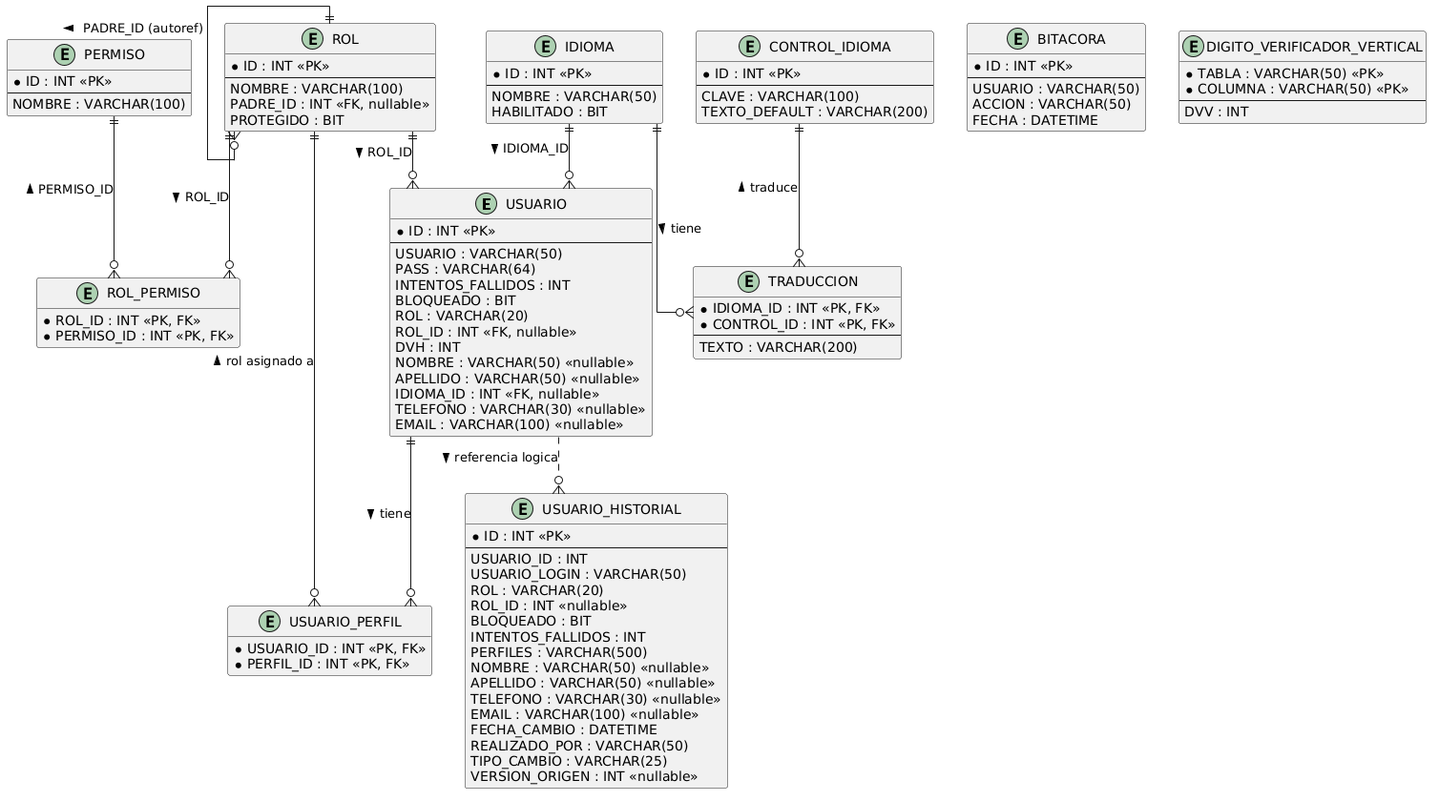
Earlier version of the PlantUML export DIAGRAMAS/DER.png (Urrels/ingenieria_software).
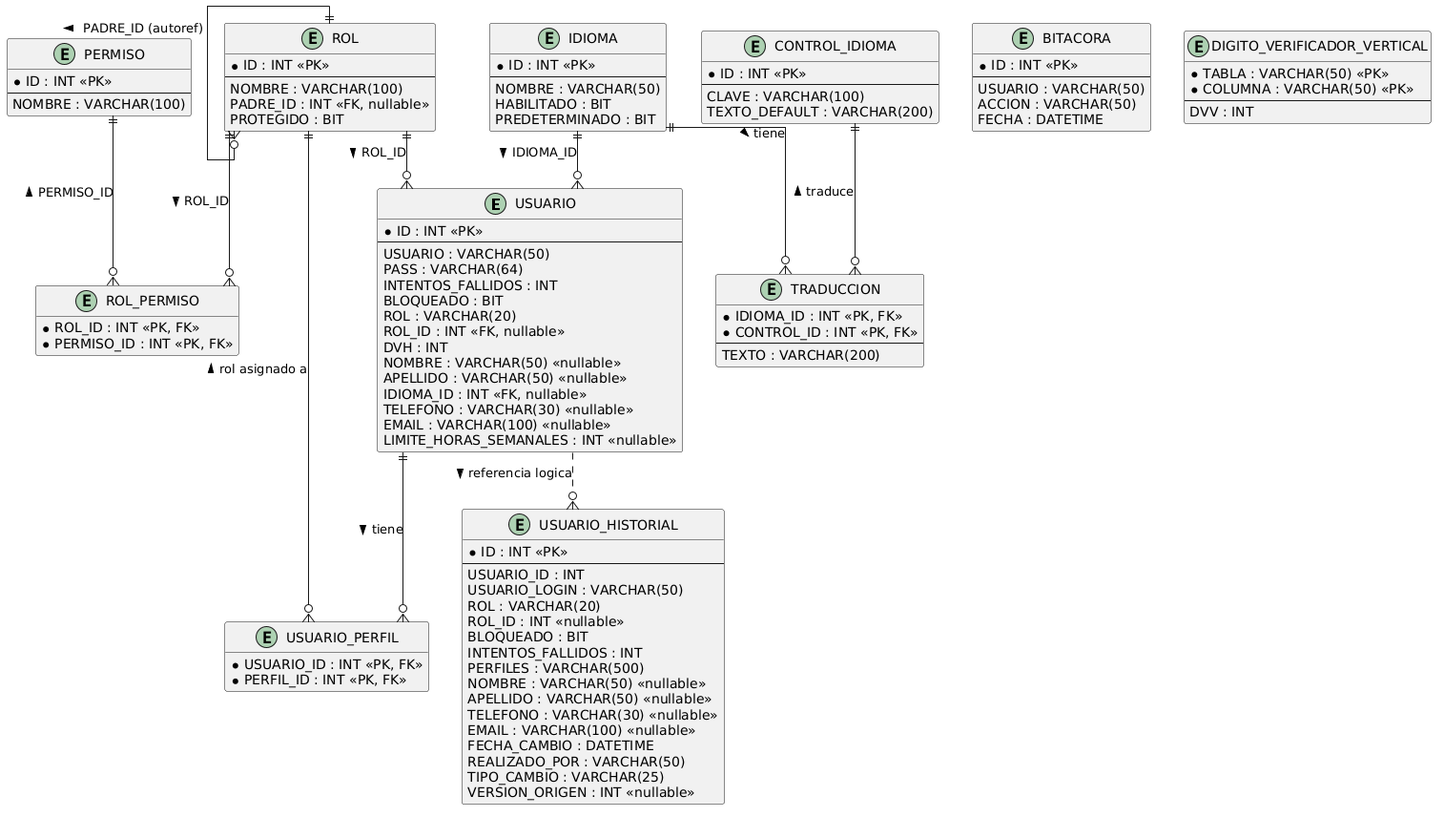
After the change.

The edit, as a diff of the source:
```diff
@@ -18,6 +18,7 @@
   IDIOMA_ID : INT <<FK, nullable>>
   TELEFONO : VARCHAR(30) <<nullable>>
   EMAIL : VARCHAR(100) <<nullable>>
+  LIMITE_HORAS_SEMANALES : INT <<nullable>>
 }
 
 entity ROL {
@@ -57,6 +58,7 @@
   --
   NOMBRE : VARCHAR(50)
   HABILITADO : BIT
+  PREDETERMINADO : BIT
 }
 
 entity CONTROL_IDIOMA {
```
